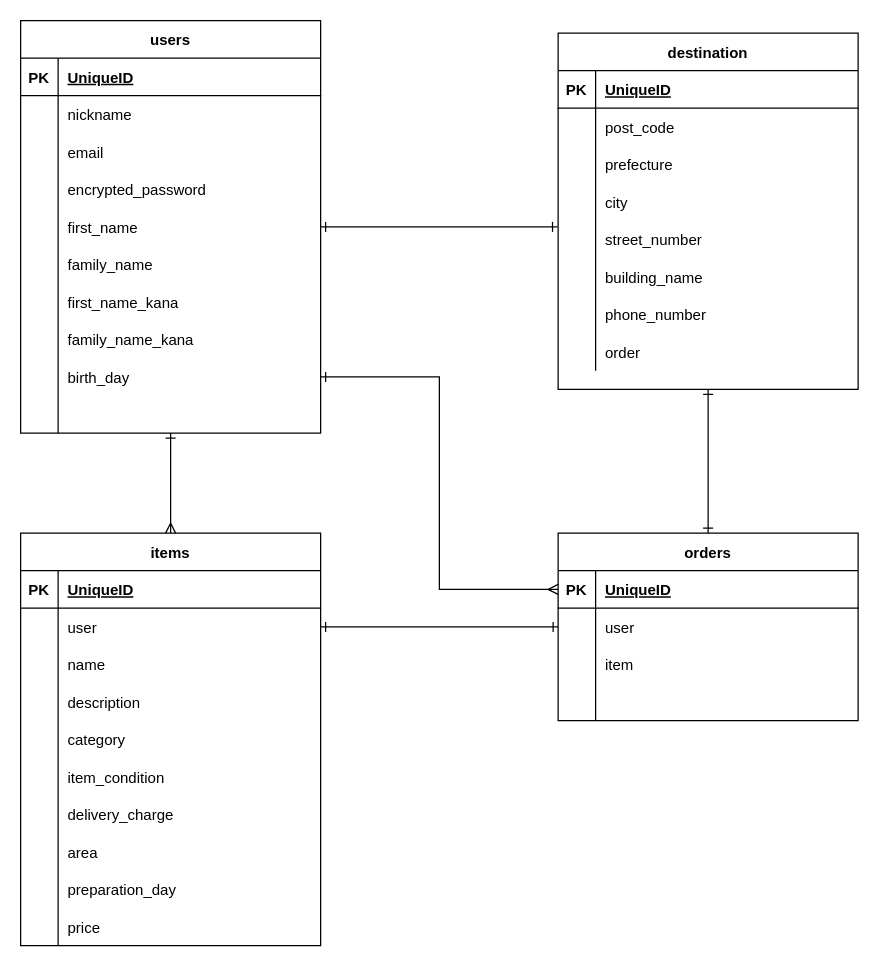
zaziden/furima-36217 keeps this draw.io diagram as er.dio. Above is the earlier version. Source tidied: cells renumbered, new cells numbered last; positions are measured from the earlier drawing's top-left corner, leaving out a move shared by most shapes. Both pictures are drawn from the tidied source at 125%, with x=0, y=0 at pixel (20, 20).
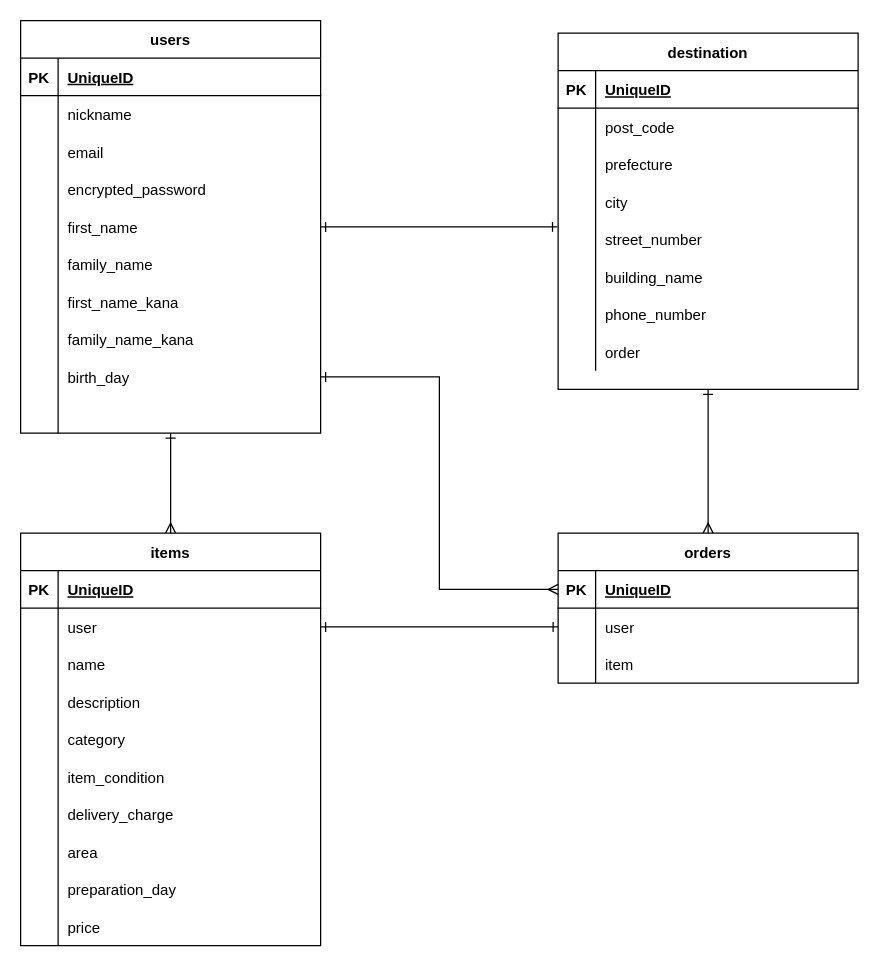
After the change.

Commit message (it also covers changes not shown here):
指摘箇所の修正2

The change refers to these unchanged cells:
```xml
<mxCell id="49" value="destination" style="shape=table;startSize=30;childLayout=tableLayout;rowLines=0;fontStyle=1;align=center;fillColor=none;gradientColor=none;" parent="1" vertex="1">
  <mxGeometry x="430" y="10" width="240" height="285" as="geometry" />
</mxCell>
```

Diff of the diagram source:
```diff
@@
     <mxCell id="35" value="orders" style="shape=table;startSize=30;childLayout=tableLayout;rowLines=0;fontStyle=1;align=center;fillColor=none;gradientColor=none;" parent="1" vertex="1">
-      <mxGeometry x="430" y="410" width="240" height="150" as="geometry" />
+      <mxGeometry x="430" y="410" width="240" height="120" as="geometry" />
     </mxCell>
@@
-    <mxCell id="45" style="shape=partialRectangle;fillColor=none;top=0;left=0;bottom=0;right=0;" parent="35" vertex="1">
-      <mxGeometry y="120" width="240" height="30" as="geometry" />
-    </mxCell>
-    <mxCell id="46" style="shape=partialRectangle;fillColor=none;top=0;left=0;bottom=0;right=0;overflow=hidden;" parent="45" vertex="1">
-      <mxGeometry width="30" height="30" as="geometry" />
-    </mxCell>
-    <mxCell id="47" style="shape=partialRectangle;fillColor=none;top=0;left=0;bottom=0;right=0;align=left;spacingLeft=6;overflow=hidden;" parent="45" vertex="1">
-      <mxGeometry x="30" width="210" height="30" as="geometry" />
-    </mxCell>
-    <mxCell id="48" style="edgeStyle=orthogonalEdgeStyle;rounded=0;jettySize=auto;html=1;exitX=0.5;exitY=1;exitDx=0;exitDy=0;entryX=0.5;entryY=0;entryDx=0;entryDy=0;startArrow=ERone;startFill=0;endArrow=ERone;endFill=0;" parent="1" edge="1" source="49" target="35">
+    <mxCell id="48" style="edgeStyle=orthogonalEdgeStyle;rounded=0;jettySize=auto;html=1;exitX=0.5;exitY=1;exitDx=0;exitDy=0;entryX=0.5;entryY=0;entryDx=0;entryDy=0;startArrow=ERone;startFill=0;endArrow=ERmany;endFill=0;" parent="1" edge="1" source="49" target="35">
       <mxGeometry relative="1" as="geometry" />
     </mxCell>
```
